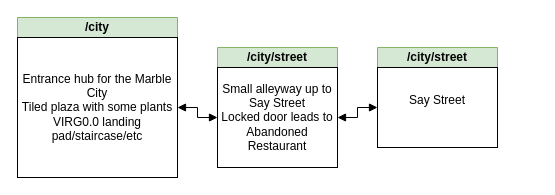
Earlier version of the draw.io diagram misc/Untitled Diagram.drawio (PrestoPesto/prestopesto.github.io). Source tidied: cells renumbered, new cells numbered last; positions are measured from the earlier drawing's top-left corner, leaving out a move shared by most shapes. Both pictures are drawn from the tidied source at 100%, with x=0, y=0 at pixel (17, 17).
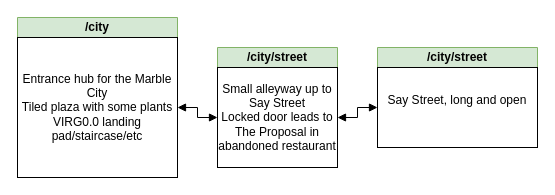
The same diagram, later.

What changed in the source:
```diff
@@
 <mxGraphModel>
   <root>
     <mxCell id="0" />
     <mxCell id="1" parent="0" />
     <mxCell id="2" value="/city" style="swimlane;whiteSpace=wrap;html=1;startSize=20;fillColor=#d5e8d4;strokeColor=#82b366;" parent="1" vertex="1">
       <mxGeometry width="160" height="160" as="geometry" />
     </mxCell>
     <mxCell id="3" value="&lt;div style=&quot;&quot;&gt;&lt;span style=&quot;background-color: initial;&quot;&gt;Entrance hub for the Marble City&lt;/span&gt;&lt;/div&gt;&lt;div style=&quot;&quot;&gt;Tiled plaza with some plants&lt;/div&gt;&lt;div style=&quot;&quot;&gt;VIRG0.0 landing pad/staircase/etc&lt;/div&gt;" style="rounded=0;whiteSpace=wrap;html=1;align=center;" parent="2" vertex="1">
       <mxGeometry y="20" width="160" height="140" as="geometry" />
     </mxCell>
     <mxCell id="4" value="/city/street" style="swimlane;whiteSpace=wrap;html=1;startSize=20;fillColor=#d5e8d4;strokeColor=#82b366;" parent="1" vertex="1">
       <mxGeometry x="200" y="30" width="120" height="120" as="geometry" />
     </mxCell>
-    <mxCell id="5" value="Small alleyway up to Say Street&lt;div&gt;Locked door leads to Abandoned Restaurant&lt;/div&gt;" style="rounded=0;whiteSpace=wrap;html=1;" parent="4" vertex="1">
+    <mxCell id="5" value="&lt;span style=&quot;background-color: initial;&quot;&gt;Small alleyway up to Say Street&lt;/span&gt;&lt;br&gt;&lt;span style=&quot;background-color: initial;&quot;&gt;Locked door leads to The Proposal in abandoned restaurant&lt;/span&gt;" style="rounded=0;whiteSpace=wrap;html=1;" parent="4" vertex="1">
       <mxGeometry y="20" width="120" height="100" as="geometry" />
     </mxCell>
     <mxCell id="6" style="edgeStyle=orthogonalEdgeStyle;rounded=0;jettySize=auto;html=1;exitX=1;exitY=0.5;exitDx=0;exitDy=0;entryX=0;entryY=0.5;entryDx=0;entryDy=0;strokeWidth=1;endArrow=block;endFill=1;startArrow=block;startFill=1;" parent="1" edge="1" source="3" target="5">
       <mxGeometry relative="1" as="geometry" />
     </mxCell>
     <mxCell id="7" value="/city/street" style="swimlane;whiteSpace=wrap;html=1;startSize=20;fillColor=#d5e8d4;strokeColor=#82b366;" parent="1" vertex="1">
-      <mxGeometry x="360" y="30" width="120" height="100" as="geometry" />
+      <mxGeometry x="360" y="30" width="160" height="100" as="geometry" />
     </mxCell>
-    <mxCell id="8" value="Say Street&lt;div&gt;&lt;br&gt;&lt;/div&gt;" style="rounded=0;whiteSpace=wrap;html=1;" parent="7" vertex="1">
-      <mxGeometry y="20" width="120" height="80" as="geometry" />
+    <mxCell id="8" value="Say Street, long and open&lt;div&gt;&lt;br&gt;&lt;/div&gt;" style="rounded=0;whiteSpace=wrap;html=1;" parent="7" vertex="1">
+      <mxGeometry y="20" width="160" height="80" as="geometry" />
     </mxCell>
     <mxCell id="9" style="edgeStyle=orthogonalEdgeStyle;rounded=0;jettySize=auto;html=1;exitX=1;exitY=0.5;exitDx=0;exitDy=0;entryX=0;entryY=0.5;entryDx=0;entryDy=0;strokeColor=default;strokeWidth=1;align=center;verticalAlign=middle;fontFamily=Helvetica;fontSize=11;fontColor=default;labelBackgroundColor=default;startArrow=block;startFill=1;endArrow=block;endFill=1;" parent="1" edge="1" source="5" target="8">
       <mxGeometry relative="1" as="geometry" />
     </mxCell>
   </root>
 </mxGraphModel>
```
